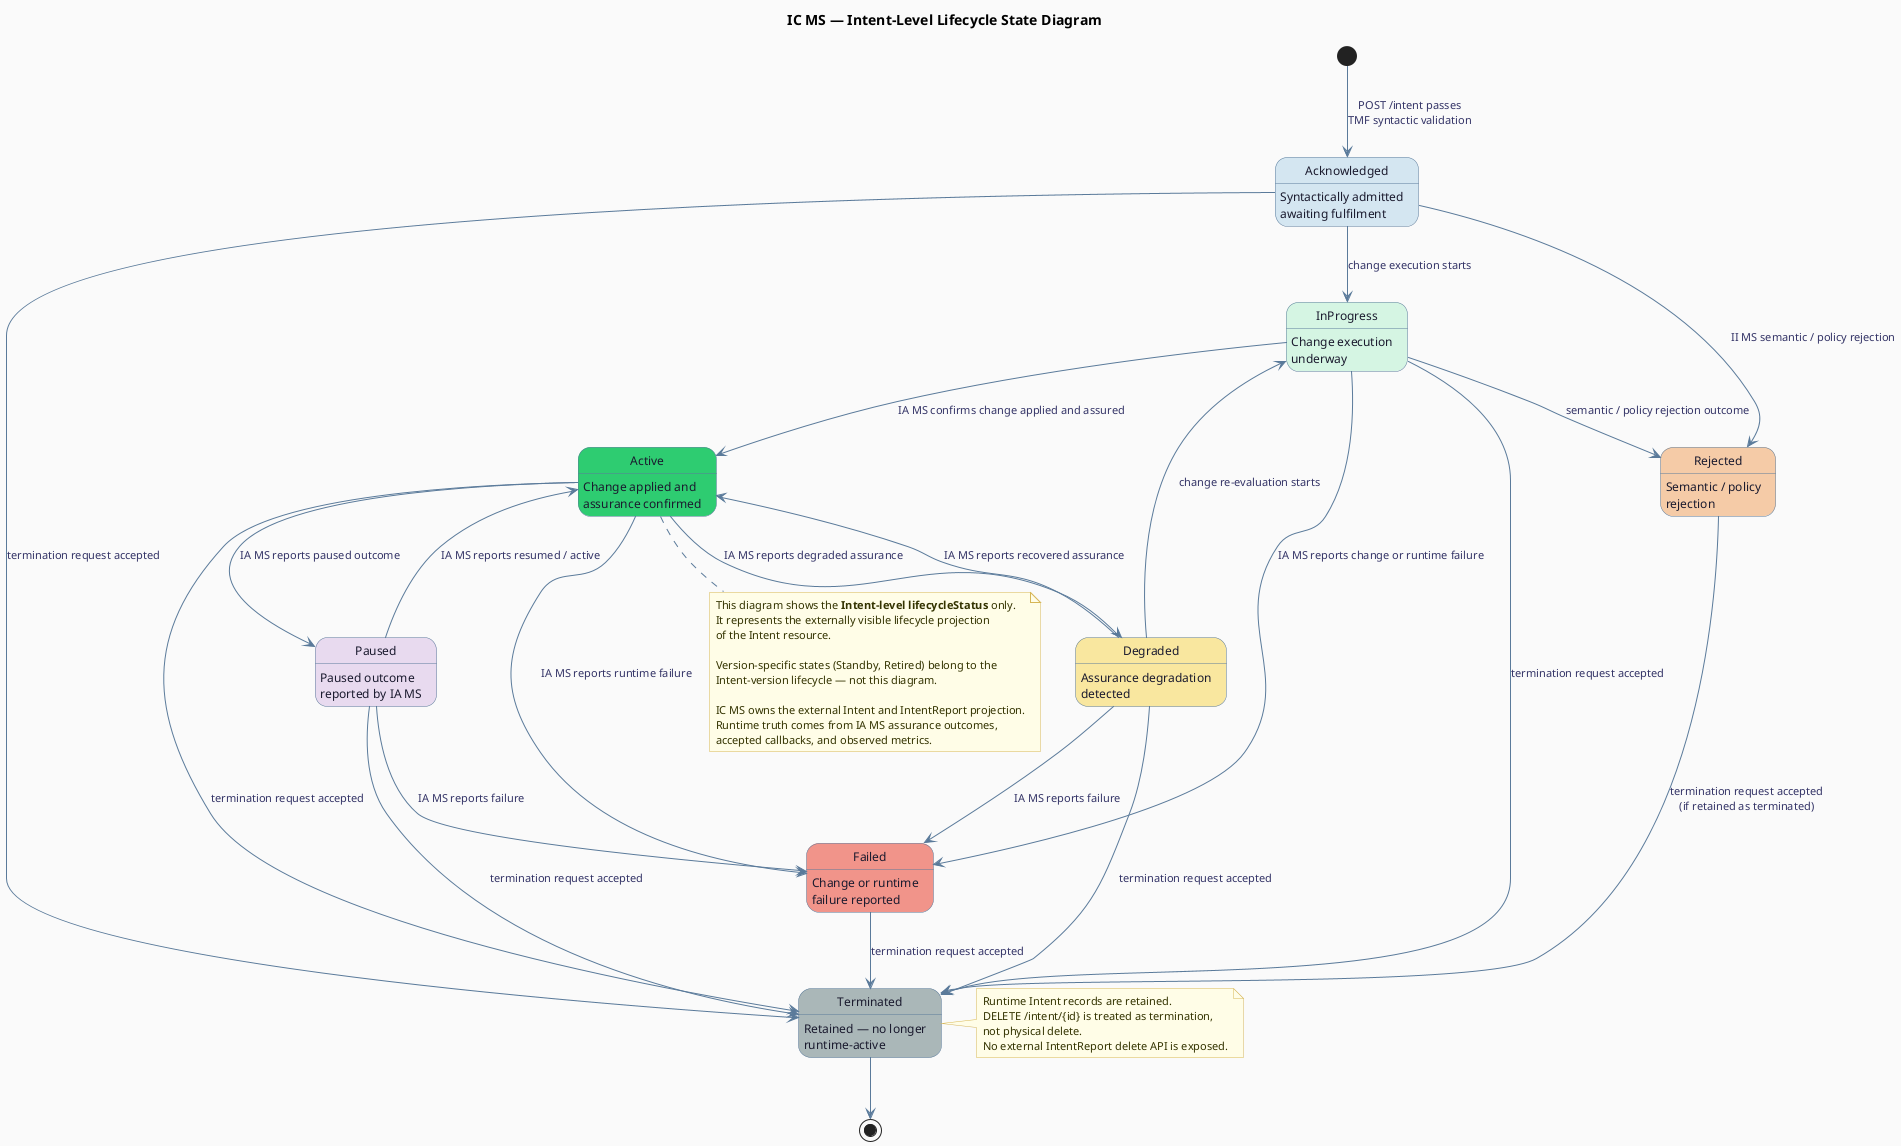
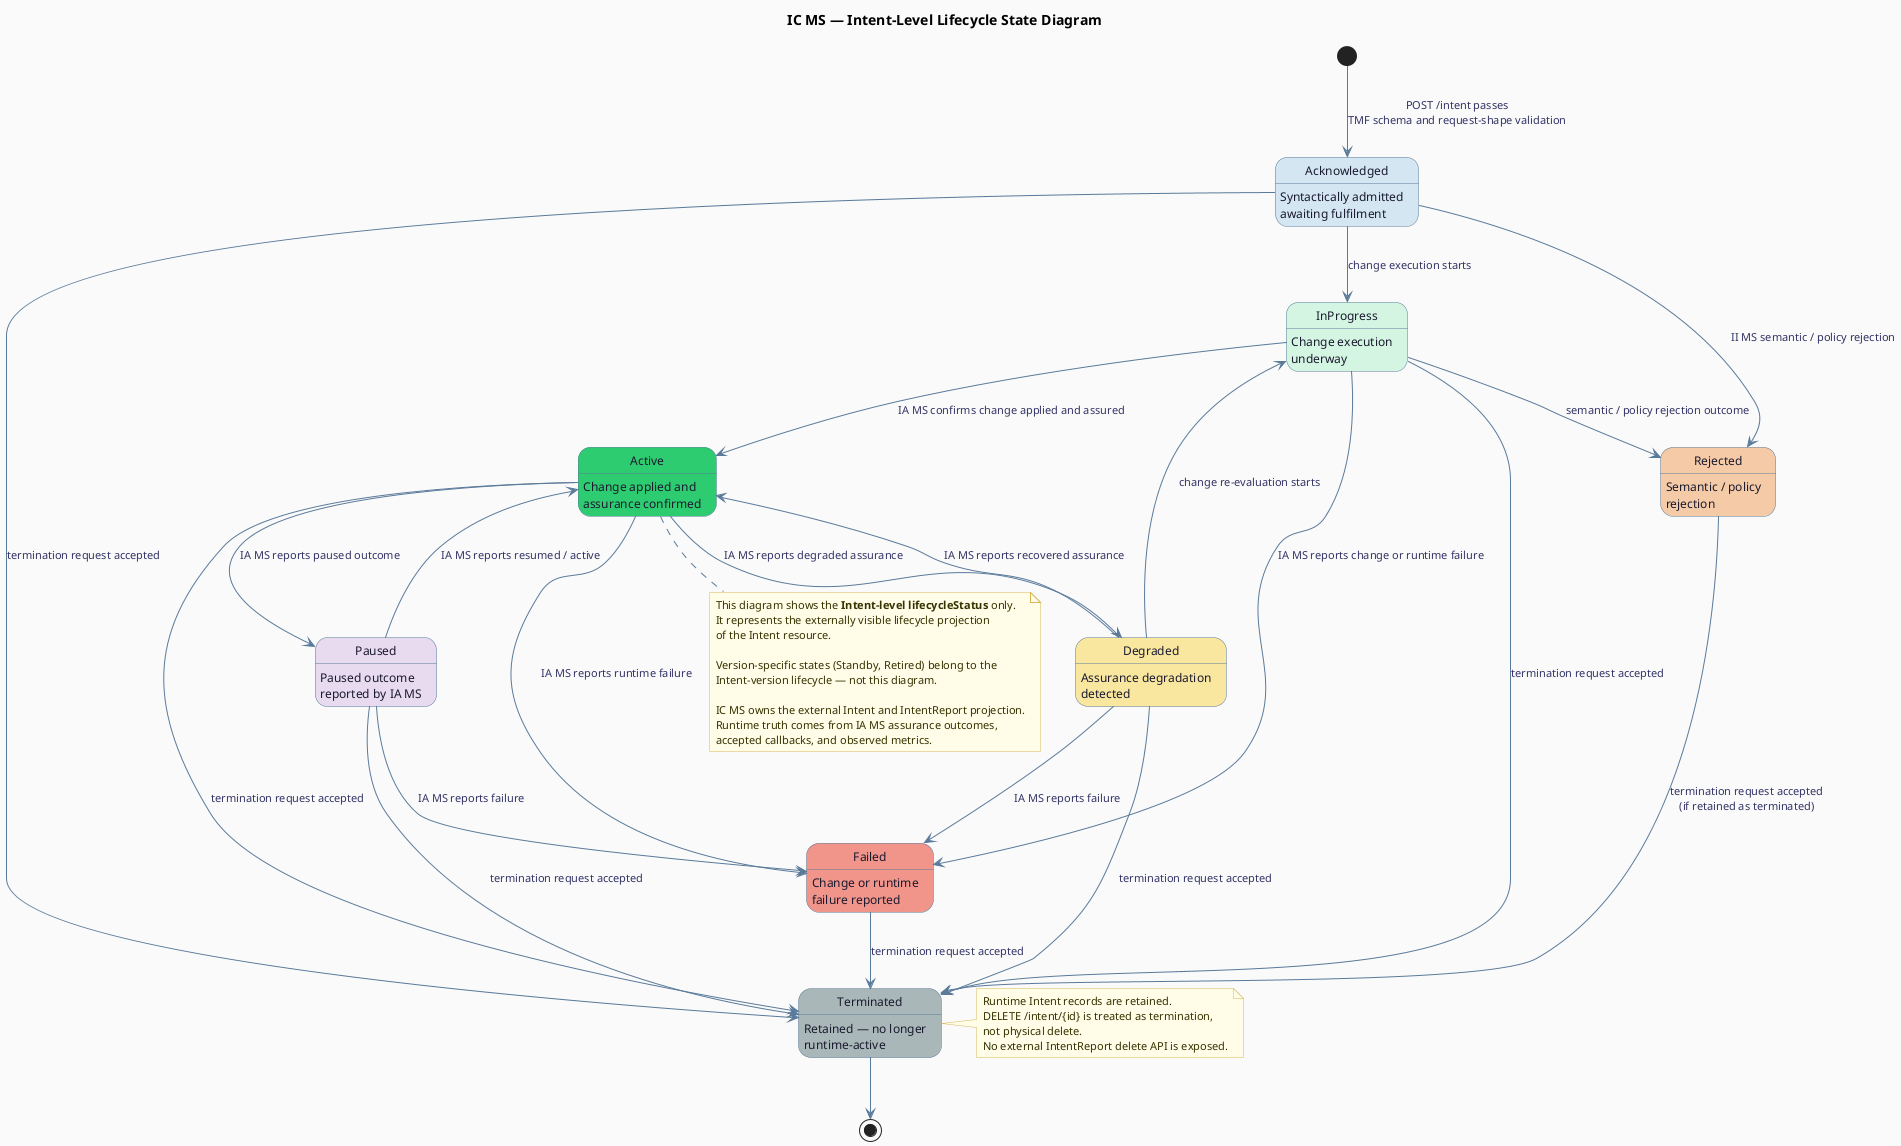
@startuml
' IC MS — Intent-Level Lifecycle State Diagram

hide empty description
skinparam shadowing false
skinparam backgroundColor #FAFAFA

skinparam state {
  BackgroundColor #FFFFFF
  BorderColor #5a7a9a
  FontSize 12
  FontColor #1a1a2e
  ArrowColor #5a7a9a
  ArrowFontSize 11
  ArrowFontColor #333366
}

skinparam note {
  BackgroundColor #fffde7
  BorderColor #d6b656
  FontSize 11
  FontColor #333300
}

title <b>IC MS — Intent-Level Lifecycle State Diagram</b>

' ── States ────────────────────────────────────────────────────────────────
state Acknowledged #d4e6f1 : Syntactically admitted\nawaiting fulfilment
state InProgress   #d5f5e3 : Change execution\nunderway
state Active       #2ecc71 : Change applied and\nassurance confirmed
state Degraded     #f9e79f : Assurance degradation\ndetected
state Paused       #e8daef : Paused outcome\nreported by IA MS
state Failed       #f1948a : Change or runtime\nfailure reported
state Rejected     #f5cba7 : Semantic / policy\nrejection
state Terminated   #aab7b8 : Retained — no longer\nruntime-active

' ── Entry ─────────────────────────────────────────────────────────────────
- [*] --> Acknowledged : POST /intent passes\nTMF syntactic validation
+ [*] --> Acknowledged : POST /intent passes\nTMF schema and request-shape validation

' ── Acknowledged ──────────────────────────────────────────────────────────
Acknowledged --> InProgress : change execution starts
Acknowledged --> Rejected   : II MS semantic / policy rejection
Acknowledged --> Terminated : termination request accepted

' ── InProgress ────────────────────────────────────────────────────────────
InProgress --> Active     : IA MS confirms change applied and assured
InProgress --> Failed     : IA MS reports change or runtime failure
InProgress --> Rejected   : semantic / policy rejection outcome
InProgress --> Terminated : termination request accepted

' ── Active ────────────────────────────────────────────────────────────────
Active --> Degraded   : IA MS reports degraded assurance
Active --> Paused     : IA MS reports paused outcome
Active --> Failed     : IA MS reports runtime failure
Active --> Terminated : termination request accepted

' ── Degraded ──────────────────────────────────────────────────────────────
Degraded --> Active     : IA MS reports recovered assurance
Degraded --> InProgress : change re-evaluation starts
Degraded --> Failed     : IA MS reports failure
Degraded --> Terminated : termination request accepted

' ── Paused ────────────────────────────────────────────────────────────────
Paused --> Active     : IA MS reports resumed / active
Paused --> Failed     : IA MS reports failure
Paused --> Terminated : termination request accepted

' ── Terminal ──────────────────────────────────────────────────────────────
Failed    --> Terminated : termination request accepted
Rejected  --> Terminated : termination request accepted\n(if retained as terminated)

Terminated --> [*]

' ── Notes ─────────────────────────────────────────────────────────────────
note right of Terminated
  Runtime Intent records are retained.
  DELETE /intent/{id} is treated as termination,
  not physical delete.
  No external IntentReport delete API is exposed.
end note

note bottom of Active
  This diagram shows the <b>Intent-level lifecycleStatus</b> only.
  It represents the externally visible lifecycle projection
  of the Intent resource.

  Version-specific states (Standby, Retired) belong to the
  Intent-version lifecycle — not this diagram.

  IC MS owns the external Intent and IntentReport projection.
  Runtime truth comes from IA MS assurance outcomes,
  accepted callbacks, and observed metrics.
end note

@enduml